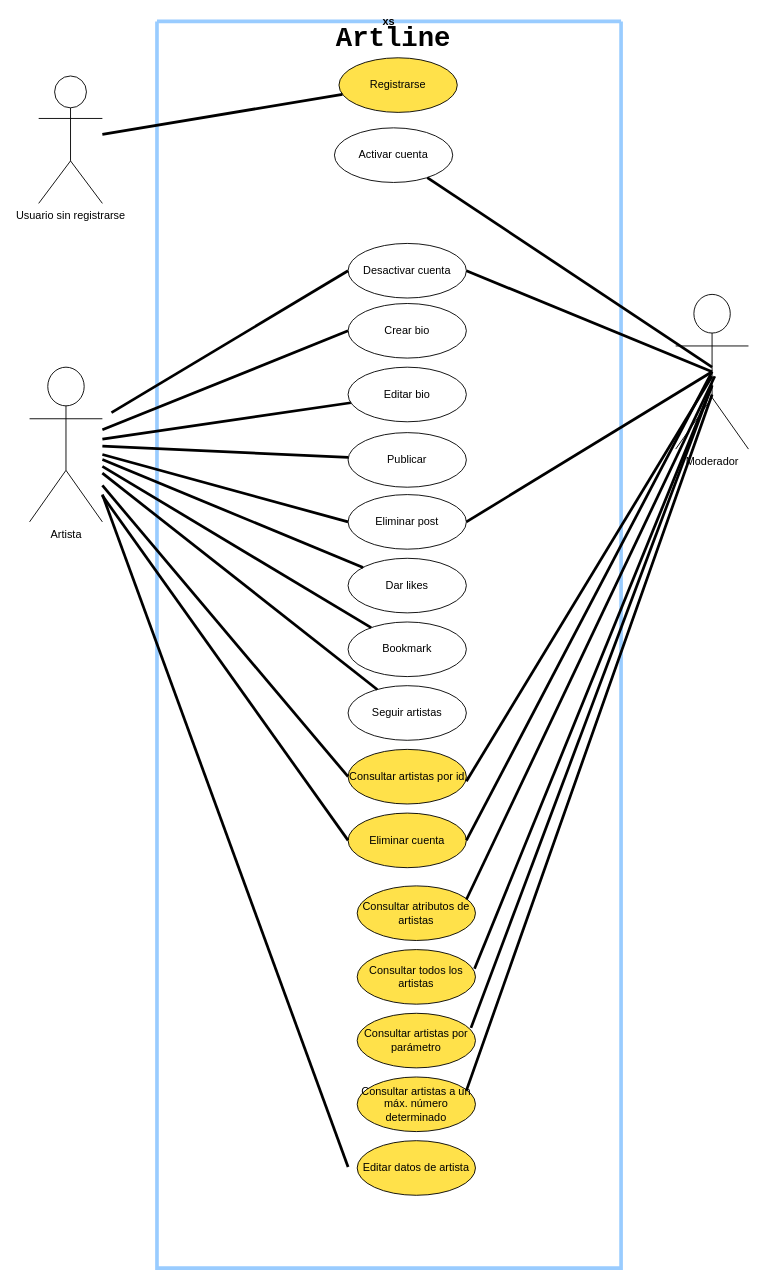
Earlier version of the draw.io diagram Casos_de_Uso.drawio (luismtapia/Artline-API). Source tidied: cells renumbered, new cells numbered last; positions are measured from the earlier drawing's top-left corner, leaving out a move shared by most shapes. Both pictures are drawn from the tidied source at 91%, with x=0, y=0 at pixel (29, 21).
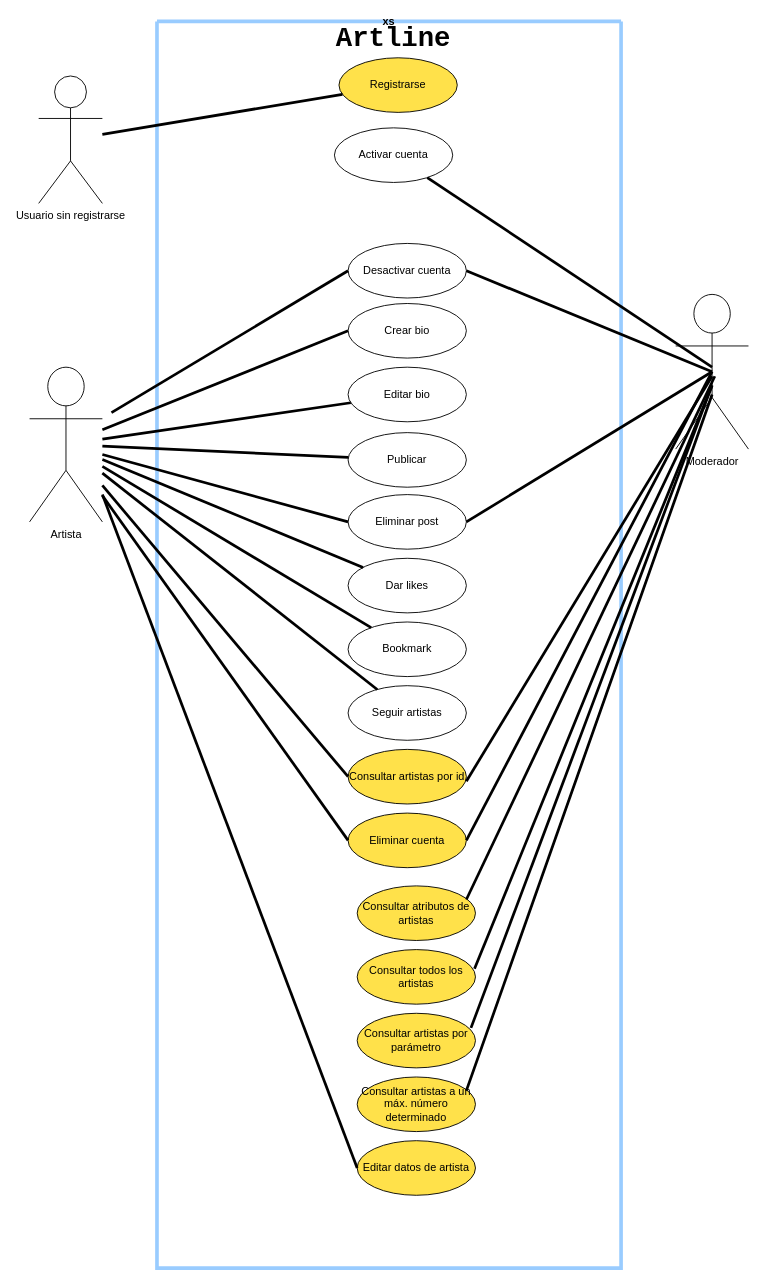
The same page after the edit.

The change refers to these unchanged cells:
```xml
<mxCell id="21" value="Editar datos de artista" style="ellipse;whiteSpace=wrap;html=1;fillColor=#FFE14A;" parent="3" vertex="1">
  <mxGeometry x="220" y="1230" width="130" height="60" as="geometry" />
</mxCell>
```

The edit, as a diff of the source:
```diff
@@
-    <mxCell id="44" style="rounded=0;orthogonalLoop=1;jettySize=auto;html=1;endArrow=none;endFill=0;strokeWidth=3;" parent="1" edge="1">
+    <mxCell id="44" style="rounded=0;jettySize=auto;html=1;endArrow=none;endFill=0;strokeWidth=3;exitX=0;exitY=0.5;exitDx=0;exitDy=0;" parent="1" edge="1" source="21">
       <mxGeometry relative="1" as="geometry">
-        <mxPoint x="350" y="1258.9" as="sourcePoint" />
         <mxPoint x="80" y="520" as="targetPoint" />
       </mxGeometry>
     </mxCell>
```
